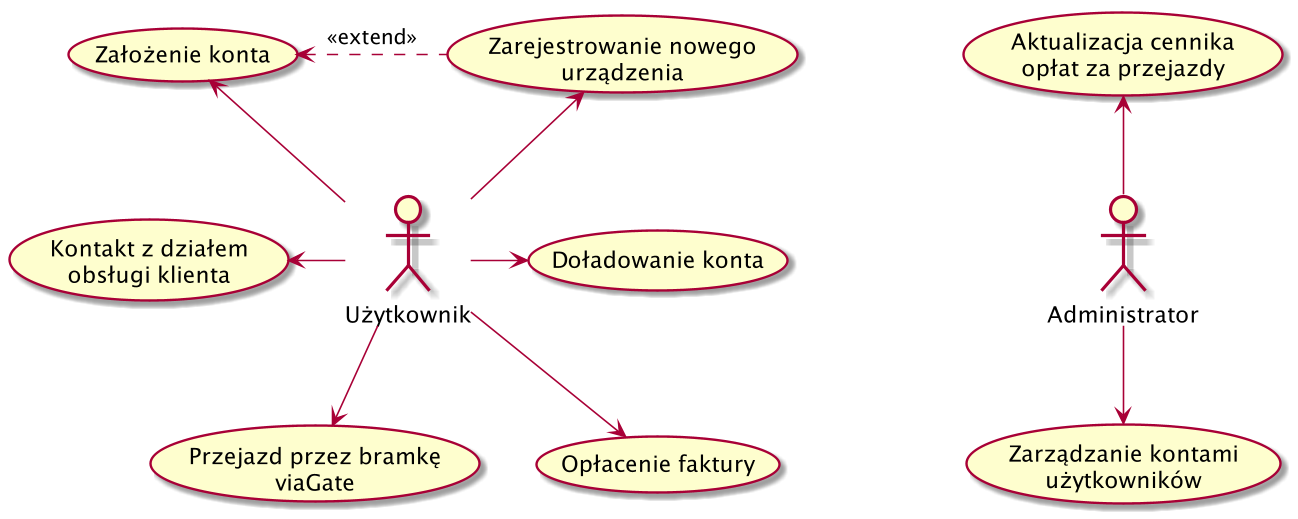
msieczko/viatoll keeps this PlantUML diagram as diagrams/use_case.png. Above is the earlier version.
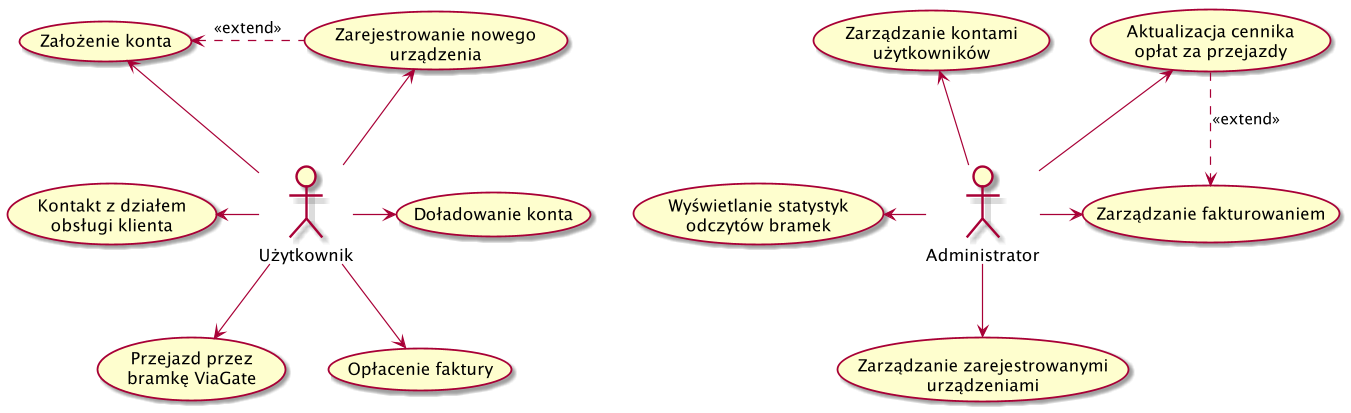
The same diagram one commit later.

Commit message:
Update use case diagram

What changed in the source:
```diff
@@ -3,14 +3,21 @@
 usecase (Założenie konta) as UC1
 usecase (Zarejestrowanie nowego\nurządzenia) as UC2
 usecase (Doładowanie konta) as UC3
-usecase (Przejazd przez bramkę\nviaGate) as UC5
+usecase (Przejazd przez\nbramkę ViaGate) as UC5
 usecase (Opłacenie faktury) as UC4
 usecase (Kontakt z działem\nobsługi klienta) as UC6
 usecase (Aktualizacja cennika\nopłat za przejazdy) as UC7
 usecase (Zarządzanie kontami\nużytkowników) as UC8
+usecase (Zarządzanie fakturowaniem) as UC9
+usecase (Wyświetlanie statystyk\nodczytów bramek) as UC10
+usecase (Zarządzanie zarejestrowanymi\nurządzeniami) as UC11
+
 
 Administrator -u-> UC7
-Administrator -d-> UC8
+Administrator -u-> UC8
+Administrator -r-> UC9
+Administrator -l-> UC10
+Administrator -d-> UC11
 
 Użytkownik -u-> UC1
 Użytkownik -u-> UC2
@@ -20,5 +27,6 @@
 Użytkownik -l-> UC6
 
 UC1 <. UC2 : <<extend>>
+UC7 .> UC9 : <<extend>>
 
 @enduml
```
